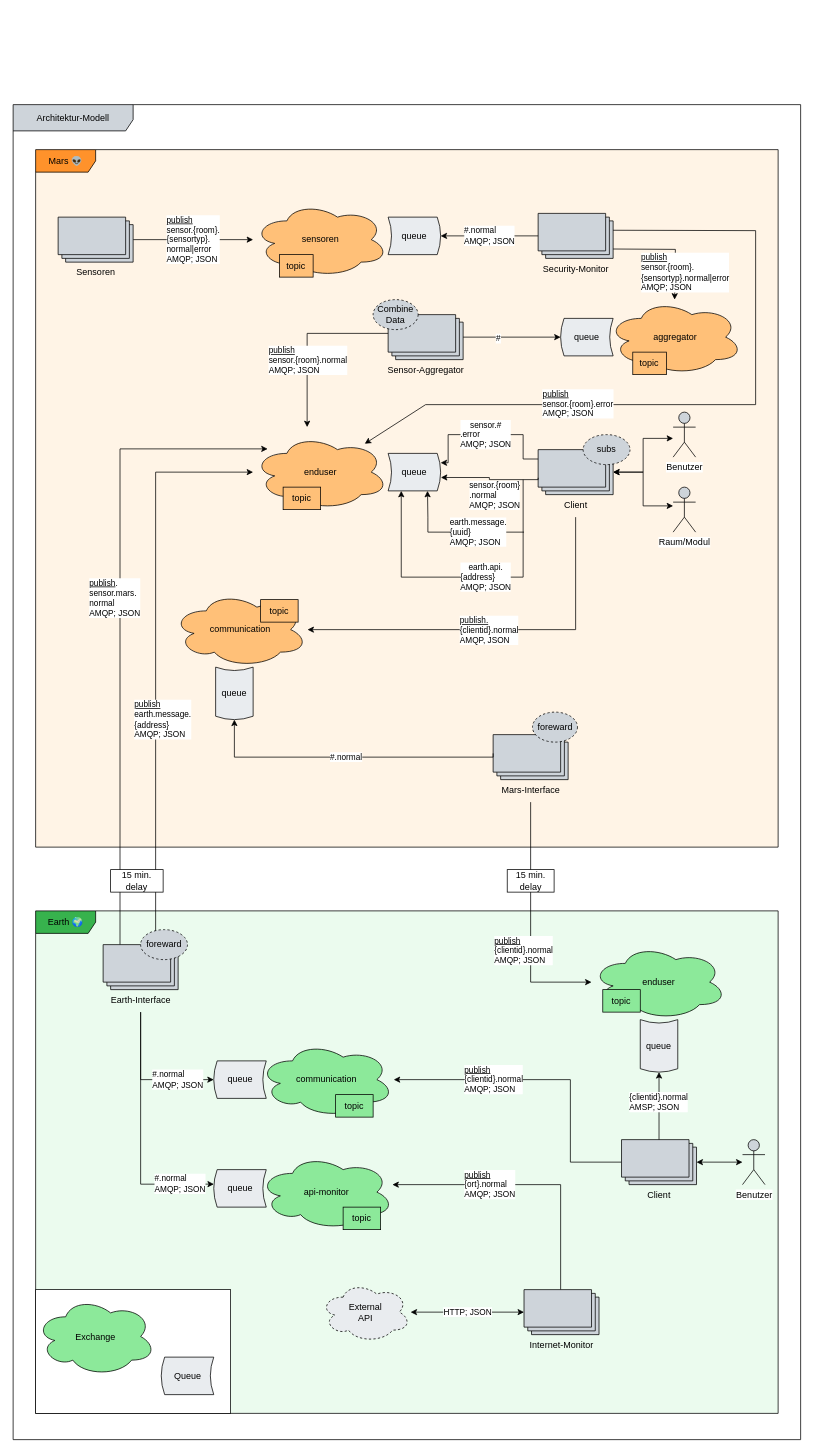
This is docs/Architektur-Modell.drawio from leo-3108/mi-fddw-mars-colonisation-gedrath-pelzer, a draw.io file, before an edit. Source tidied: cells renumbered, new cells numbered last; positions are measured from the earlier drawing's top-left corner, leaving out a move shared by most shapes. Both pictures are drawn from the tidied source at 75%, with x=0, y=0 at pixel (13, 104).
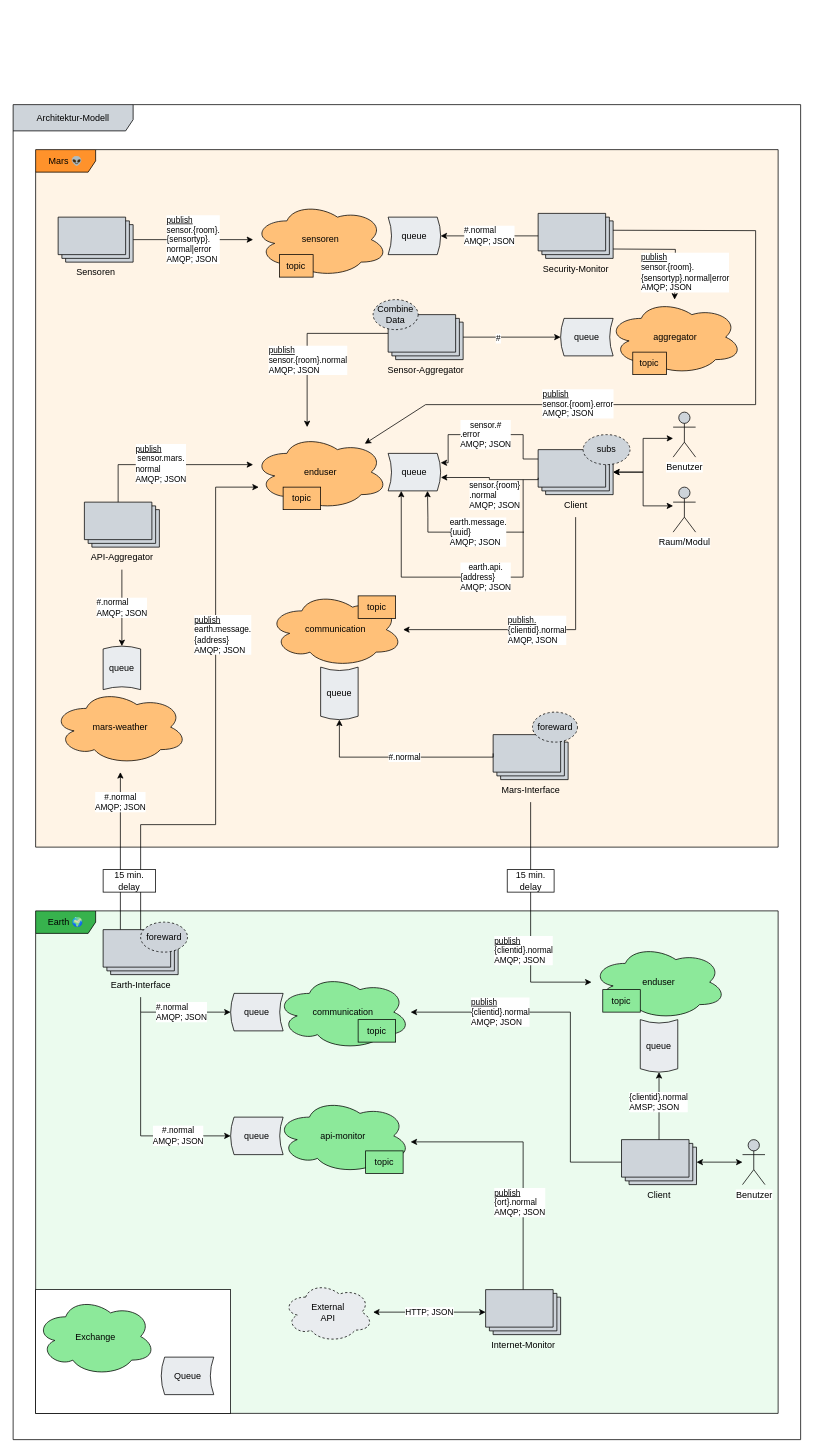
The same page after the edit.

The change refers to these unchanged cells:
```xml
<mxCell id="18" value="enduser" style="ellipse;shape=cloud;whiteSpace=wrap;html=1;fontFamily=IBM Plex Sans;FType=g;fillColor=#FFC078;" parent="1" vertex="1">
  <mxGeometry x="320" y="440" width="180" height="100" as="geometry" />
</mxCell>
<mxCell id="42" value="&lt;font face=&quot;IBM Plex Mono&quot;&gt;Mars-Interface&lt;br&gt;&lt;/font&gt;" style="verticalLabelPosition=bottom;verticalAlign=top;html=1;shape=mxgraph.basic.layered_rect;dx=10;outlineConnect=0;fillColor=#ced4da;" parent="1" vertex="1">
  <mxGeometry x="640" y="840" width="100" height="60" as="geometry" />
</mxCell>
<mxCell id="48" value="&lt;font face=&quot;IBM Plex Mono&quot;&gt;Client&lt;/font&gt;" style="verticalLabelPosition=bottom;verticalAlign=top;html=1;shape=mxgraph.basic.layered_rect;dx=10;outlineConnect=0;fillColor=#ced4da;" parent="1" vertex="1">
  <mxGeometry x="811.2" y="1380" width="100" height="60" as="geometry" />
</mxCell>
```

Change to the diagram source:
```diff
@@
     <mxCell id="29" value="&lt;u style=&quot;font-family: &amp;#34;ibm plex mono&amp;#34;&quot;&gt;publish&lt;/u&gt;&lt;br style=&quot;font-family: &amp;#34;ibm plex mono&amp;#34;&quot;&gt;&lt;span style=&quot;font-family: &amp;#34;ibm plex mono&amp;#34;&quot;&gt;earth.message.&lt;/span&gt;&lt;br style=&quot;font-family: &amp;#34;ibm plex mono&amp;#34;&quot;&gt;&lt;span style=&quot;font-family: &amp;#34;ibm plex mono&amp;#34;&quot;&gt;{address}&lt;br&gt;AMQP; JSON&lt;br&gt;&lt;/span&gt;" style="edgeStyle=orthogonalEdgeStyle;rounded=0;jettySize=auto;html=1;align=left;" parent="1" edge="1" source="32" target="18">
-      <mxGeometry x="-0.21" y="30" relative="1" as="geometry">
+      <mxGeometry x="0.32" y="30" relative="1" as="geometry">
         <Array as="points">
-          <mxPoint x="190" y="490" />
+          <mxPoint x="170" y="960" />
+          <mxPoint x="270" y="960" />
+          <mxPoint x="270" y="510" />
         </Array>
       </mxGeometry>
     </mxCell>
-    <mxCell id="30" style="edgeStyle=orthogonalEdgeStyle;rounded=0;jettySize=auto;html=1;exitX=0;exitY=0;exitDx=22.5;exitDy=0;exitPerimeter=0;" parent="1" edge="1" source="32" target="18">
-      <mxGeometry relative="1" as="geometry">
+    <mxCell id="30" value="&lt;span style=&quot;caret-color: rgb(0, 0, 0); color: rgb(0, 0, 0); font-size: 11px; font-style: normal; font-variant-caps: normal; font-weight: normal; letter-spacing: normal; text-indent: 0px; text-transform: none; word-spacing: 0px; -webkit-text-stroke-width: 0px; background-color: rgb(255, 255, 255); text-decoration: none; font-family: &amp;quot;ibm plex mono&amp;quot;; text-align: left; float: none; display: inline;&quot;&gt;#.normal&lt;/span&gt;&lt;br style=&quot;caret-color: rgb(0, 0, 0); color: rgb(0, 0, 0); font-size: 11px; font-style: normal; font-variant-caps: normal; font-weight: normal; letter-spacing: normal; text-indent: 0px; text-transform: none; word-spacing: 0px; -webkit-text-stroke-width: 0px; background-color: rgb(255, 255, 255); text-decoration: none; font-family: &amp;quot;ibm plex mono&amp;quot;; text-align: left;&quot;&gt;&lt;span style=&quot;caret-color: rgb(0, 0, 0); color: rgb(0, 0, 0); font-size: 11px; font-style: normal; font-variant-caps: normal; font-weight: normal; letter-spacing: normal; text-indent: 0px; text-transform: none; word-spacing: 0px; -webkit-text-stroke-width: 0px; background-color: rgb(255, 255, 255); text-decoration: none; font-family: &amp;quot;ibm plex mono&amp;quot;; text-align: left; float: none; display: inline;&quot;&gt;AMQP; JSON&lt;/span&gt;" style="edgeStyle=orthogonalEdgeStyle;rounded=0;jettySize=auto;html=1;exitX=0;exitY=0;exitDx=22.5;exitDy=0;exitPerimeter=0;" parent="1" edge="1" source="32">
+      <mxGeometry x="0.62" relative="1" as="geometry">
+        <mxPoint x="143" y="890" as="targetPoint" />
         <Array as="points">
-          <mxPoint x="143" y="459" />
+          <mxPoint x="143" y="890" />
+          <mxPoint x="143" y="890" />
         </Array>
       </mxGeometry>
     </mxCell>
-    <mxCell id="31" value="&lt;font face=&quot;IBM Plex Mono&quot;&gt;&lt;u&gt;publish&lt;/u&gt;.&lt;br&gt;sensor.mars.&lt;br&gt;normal&lt;br&gt;AMQP; JSON&lt;br&gt;&lt;/font&gt;" style="edgeLabel;html=1;align=left;verticalAlign=middle;" parent="30" vertex="1">
+    <mxCell id="31" value="&lt;font face=&quot;IBM Plex Mono&quot;&gt;&lt;br&gt;&lt;/font&gt;" style="edgeLabel;html=1;align=left;verticalAlign=middle;" parent="30" vertex="1">
       <mxGeometry x="0.08" y="1" relative="1" as="geometry">
-        <mxPoint x="-41.5" as="offset" />
+        <mxPoint x="-121.5" y="-556.7" as="offset" />
       </mxGeometry>
     </mxCell>
     <mxCell id="32" value="&lt;font face=&quot;IBM Plex Mono&quot;&gt;Earth-Interface&lt;br&gt;&lt;/font&gt;" style="verticalLabelPosition=bottom;verticalAlign=top;html=1;shape=mxgraph.basic.layered_rect;dx=10;outlineConnect=0;fillColor=#ced4da;" parent="1" vertex="1">
-      <mxGeometry x="120" y="1120" width="100" height="60" as="geometry" />
+      <mxGeometry x="120" y="1100" width="100" height="60" as="geometry" />
     </mxCell>
     <mxCell id="33" value="communication" style="ellipse;shape=cloud;whiteSpace=wrap;html=1;fontFamily=IBM Plex Sans;FType=g;fillColor=#8CE99A;" parent="1" vertex="1">
-      <mxGeometry x="327.5" y="1250" width="180" height="100" as="geometry" />
+      <mxGeometry x="350" y="1160" width="180" height="100" as="geometry" />
     </mxCell>
     <mxCell id="34" value="api-monitor" style="ellipse;shape=cloud;whiteSpace=wrap;html=1;fontFamily=IBM Plex Sans;FType=g;fillColor=#8ce99a;" parent="1" vertex="1">
-      <mxGeometry x="327.5" y="1400" width="180" height="100" as="geometry" />
+      <mxGeometry x="350" y="1325" width="180" height="100" as="geometry" />
     </mxCell>
     <mxCell id="35" value="#.normal&lt;br&gt;AMQP; JSON" style="edgeStyle=orthogonalEdgeStyle;rounded=0;jettySize=auto;html=1;align=left;fontFamily=IBM Plex Mono;entryX=0;entryY=0.5;entryDx=0;entryDy=0;" parent="1" edge="1" target="37">
-      <mxGeometry y="10" relative="1" as="geometry">
-        <mxPoint x="170" y="1210" as="sourcePoint" />
+      <mxGeometry x="-0.59" y="10" relative="1" as="geometry">
+        <mxPoint x="170" y="1190" as="sourcePoint" />
         <Array as="points">
-          <mxPoint x="170" y="1300" />
+          <mxPoint x="170" y="1210" />
         </Array>
         <mxPoint x="10" y="10" as="offset" />
       </mxGeometry>
     </mxCell>
-    <mxCell id="36" value="#.normal&lt;br&gt;AMQP; JSON" style="edgeStyle=orthogonalEdgeStyle;rounded=0;jettySize=auto;html=1;align=left;fontFamily=IBM Plex Mono;entryX=0.003;entryY=0.387;entryDx=0;entryDy=0;entryPerimeter=0;" parent="1" edge="1" target="75">
-      <mxGeometry x="0.44" y="10" relative="1" as="geometry">
-        <mxPoint x="170" y="1210" as="sourcePoint" />
-        <Array as="points">
-          <mxPoint x="170" y="1439" />
-        </Array>
-        <mxPoint x="10" y="10" as="offset" />
-      </mxGeometry>
-    </mxCell>
     <mxCell id="37" value="&lt;font face=&quot;IBM Plex Mono&quot;&gt;queue&lt;/font&gt;" style="shape=dataStorage;whiteSpace=wrap;html=1;fillColor=#E9ECEF;size=0.06470588235293984;direction=east;" parent="1" vertex="1">
-      <mxGeometry x="267.5" y="1275" width="70" height="50" as="geometry" />
+      <mxGeometry x="290" y="1185" width="70" height="50" as="geometry" />
     </mxCell>
     <mxCell id="38" value="&lt;span style=&quot;font-family: &amp;#34;ibm plex mono&amp;#34;&quot;&gt;topic&lt;/span&gt;" style="rounded=0;whiteSpace=wrap;html=1;fillColor=#8CE99A;align=center;" parent="1" vertex="1">
-      <mxGeometry x="430" y="1320" width="50" height="30" as="geometry" />
+      <mxGeometry x="460" y="1220" width="50" height="30" as="geometry" />
     </mxCell>
     <mxCell id="39" value="&lt;font face=&quot;IBM Plex Mono&quot;&gt;15 min. delay&lt;/font&gt;" style="rounded=0;whiteSpace=wrap;html=1;fillColor=#ffffff;" parent="1" vertex="1">
-      <mxGeometry x="130" y="1020" width="70" height="30" as="geometry" />
+      <mxGeometry x="120" y="1020" width="70" height="30" as="geometry" />
     </mxCell>
     <mxCell id="40" value="communication" style="ellipse;shape=cloud;whiteSpace=wrap;html=1;fontFamily=IBM Plex Sans;FType=g;fillColor=#FFC078;" parent="1" vertex="1">
-      <mxGeometry x="212.5" y="650" width="180" height="100" as="geometry" />
+      <mxGeometry x="340" y="650" width="180" height="100" as="geometry" />
     </mxCell>
@@
     <mxCell id="43" value="#.normal" style="edgeStyle=orthogonalEdgeStyle;rounded=0;jettySize=auto;html=1;fontFamily=IBM Plex Mono;align=left;exitX=0;exitY=0;exitDx=0;exitDy=25;exitPerimeter=0;entryX=0;entryY=0.5;entryDx=0;entryDy=0;" parent="1" edge="1" source="42" target="44">
       <mxGeometry x="0.12" relative="1" as="geometry">
         <Array as="points">
           <mxPoint x="640" y="870" />
-          <mxPoint x="295" y="870" />
+          <mxPoint x="435" y="870" />
         </Array>
       </mxGeometry>
     </mxCell>
     <mxCell id="44" value="&lt;font face=&quot;IBM Plex Mono&quot;&gt;queue&lt;/font&gt;" style="shape=dataStorage;whiteSpace=wrap;html=1;fillColor=#E9ECEF;size=0.06470588235293984;direction=north;" parent="1" vertex="1">
-      <mxGeometry x="270" y="750" width="50" height="70" as="geometry" />
+      <mxGeometry x="410" y="750" width="50" height="70" as="geometry" />
     </mxCell>
@@
     <mxCell id="47" value="&lt;u&gt;publish&lt;/u&gt;&lt;br&gt;{&lt;span style=&quot;text-align: center&quot;&gt;clientid&lt;/span&gt;}.normal&lt;br&gt;AMQP; JSON" style="edgeStyle=orthogonalEdgeStyle;rounded=0;jettySize=auto;html=1;startArrow=none;startFill=0;endArrow=classic;endFill=1;endSize=6;fontFamily=IBM Plex Mono;align=left;" parent="1" edge="1" source="48" target="33">
-      <mxGeometry x="0.55" relative="1" as="geometry">
+      <mxGeometry x="0.67" relative="1" as="geometry">
         <Array as="points">
           <mxPoint x="743" y="1410" />
-          <mxPoint x="743" y="1300" />
+          <mxPoint x="743" y="1210" />
         </Array>
       </mxGeometry>
     </mxCell>
@@
-    <mxCell id="52" value="&lt;u&gt;publish&lt;/u&gt;&lt;br&gt;{ort}.normal&lt;br&gt;AMQP; JSON" style="edgeStyle=orthogonalEdgeStyle;rounded=0;jettySize=auto;html=1;startArrow=none;startFill=0;endArrow=classic;endFill=1;endSize=6;fontFamily=IBM Plex Mono;align=left;" parent="1" edge="1" source="53" target="34">
-      <mxGeometry x="0.48" relative="1" as="geometry">
+    <mxCell id="52" value="&lt;u&gt;publish&lt;/u&gt;&lt;br&gt;{ort}.normal&lt;br&gt;AMQP; JSON" style="edgeStyle=orthogonalEdgeStyle;rounded=0;jettySize=auto;html=1;startArrow=none;startFill=0;endArrow=classic;endFill=1;endSize=6;fontFamily=IBM Plex Mono;align=left;" parent="1" edge="1" source="53">
+      <mxGeometry x="-0.33" y="40" relative="1" as="geometry">
+        <mxPoint x="530" y="1383" as="targetPoint" />
         <Array as="points">
-          <mxPoint x="730" y="1610" />
-          <mxPoint x="730" y="1440" />
+          <mxPoint x="680" y="1383" />
         </Array>
       </mxGeometry>
     </mxCell>
     <mxCell id="53" value="&lt;font face=&quot;IBM Plex Mono&quot;&gt;Internet-Monitor&lt;/font&gt;" style="verticalLabelPosition=bottom;verticalAlign=top;html=1;shape=mxgraph.basic.layered_rect;dx=10;outlineConnect=0;fillColor=#ced4da;" parent="1" vertex="1">
-      <mxGeometry x="681.2" y="1580" width="100" height="60" as="geometry" />
+      <mxGeometry x="630" y="1580" width="100" height="60" as="geometry" />
     </mxCell>
     <mxCell id="54" value="External&lt;br&gt;API" style="ellipse;shape=cloud;whiteSpace=wrap;html=1;fontFamily=IBM Plex Sans;FType=g;dashed=1;gradientColor=none;fillColor=#e9ecef;" parent="1" vertex="1">
-      <mxGeometry x="410" y="1570" width="120" height="80" as="geometry" />
+      <mxGeometry x="360" y="1570" width="120" height="80" as="geometry" />
     </mxCell>
@@
     <mxCell id="57" value="&lt;font face=&quot;IBM Plex Sans&quot;&gt;foreward&lt;/font&gt;" style="ellipse;whiteSpace=wrap;html=1;strokeWidth=1;fillColor=#CED4DA;dashed=1;" parent="1" vertex="1">
-      <mxGeometry x="170" y="1100" width="62.5" height="40" as="geometry" />
+      <mxGeometry x="170" y="1090" width="62.5" height="40" as="geometry" />
     </mxCell>
@@
     <mxCell id="70" value="&lt;font face=&quot;IBM Plex Mono&quot;&gt;topic&lt;/font&gt;" style="rounded=0;whiteSpace=wrap;html=1;fillColor=#FFC078;align=center;" parent="1" vertex="1">
-      <mxGeometry x="330" y="660" width="50" height="30" as="geometry" />
+      <mxGeometry x="460" y="655" width="50" height="30" as="geometry" />
     </mxCell>
     <mxCell id="71" value="&lt;span style=&quot;font-family: &amp;#34;ibm plex mono&amp;#34;&quot;&gt;topic&lt;/span&gt;" style="rounded=0;whiteSpace=wrap;html=1;fillColor=#8CE99A;align=center;" parent="1" vertex="1">
-      <mxGeometry x="440" y="1470" width="50" height="30" as="geometry" />
+      <mxGeometry x="470" y="1395" width="50" height="30" as="geometry" />
     </mxCell>
@@
     <mxCell id="75" value="&lt;font face=&quot;IBM Plex Mono&quot;&gt;queue&lt;/font&gt;" style="shape=dataStorage;whiteSpace=wrap;html=1;fillColor=#E9ECEF;size=0.06470588235293984;direction=east;" parent="1" vertex="1">
-      <mxGeometry x="267.5" y="1420" width="70" height="50" as="geometry" />
+      <mxGeometry x="290" y="1350" width="70" height="50" as="geometry" />
     </mxCell>
@@
+    <mxCell id="79" value="&lt;span style=&quot;caret-color: rgb(0, 0, 0); color: rgb(0, 0, 0); font-family: &amp;quot;IBM Plex Mono&amp;quot;; font-size: 11px; font-style: normal; font-variant-caps: normal; font-weight: normal; letter-spacing: normal; text-align: left; text-indent: 0px; text-transform: none; word-spacing: 0px; -webkit-text-stroke-width: 0px; background-color: rgb(255, 255, 255); text-decoration: none; float: none; display: inline !important;&quot;&gt;#.normal&lt;/span&gt;&lt;br style=&quot;caret-color: rgb(0, 0, 0); color: rgb(0, 0, 0); font-family: &amp;quot;IBM Plex Mono&amp;quot;; font-size: 11px; font-style: normal; font-variant-caps: normal; font-weight: normal; letter-spacing: normal; text-align: left; text-indent: 0px; text-transform: none; word-spacing: 0px; -webkit-text-stroke-width: 0px; background-color: rgb(255, 255, 255); text-decoration: none;&quot;&gt;&lt;span style=&quot;caret-color: rgb(0, 0, 0); color: rgb(0, 0, 0); font-family: &amp;quot;IBM Plex Mono&amp;quot;; font-size: 11px; font-style: normal; font-variant-caps: normal; font-weight: normal; letter-spacing: normal; text-align: left; text-indent: 0px; text-transform: none; word-spacing: 0px; -webkit-text-stroke-width: 0px; background-color: rgb(255, 255, 255); text-decoration: none; float: none; display: inline !important;&quot;&gt;AMQP; JSON&lt;/span&gt;" style="endArrow=classic;html=1;entryX=0;entryY=0.5;entryDx=0;entryDy=0;rounded=0;" parent="1" edge="1" target="75">
+      <mxGeometry x="0.16" y="50" relative="1" as="geometry">
+        <mxPoint x="170" y="1210" as="sourcePoint" />
+        <Array as="points">
+          <mxPoint x="170" y="1375" />
+        </Array>
+        <mxPoint x="50" y="50" as="offset" />
+      </mxGeometry>
+    </mxCell>
+    <mxCell id="80" value="&lt;font face=&quot;IBM Plex Mono&quot;&gt;API-Aggregator&lt;/font&gt;" style="verticalLabelPosition=bottom;verticalAlign=top;html=1;shape=mxgraph.basic.layered_rect;dx=10;outlineConnect=0;fillColor=#ced4da;" parent="1" vertex="1">
+      <mxGeometry x="95" y="530" width="100" height="60" as="geometry" />
+    </mxCell>
+    <mxCell id="81" value="mars-weather" style="ellipse;shape=cloud;whiteSpace=wrap;html=1;fontFamily=IBM Plex Sans;FType=g;fillColor=#FFC078;strokeColor=#000000;" parent="1" vertex="1">
+      <mxGeometry x="52.5" y="780" width="180" height="100" as="geometry" />
+    </mxCell>
+    <mxCell id="82" value="&lt;font face=&quot;IBM Plex Mono&quot;&gt;queue&lt;/font&gt;" style="shape=dataStorage;whiteSpace=wrap;html=1;fillColor=#E9ECEF;size=0.06470588235293984;direction=south;" parent="1" vertex="1">
+      <mxGeometry x="120" y="722" width="50" height="58" as="geometry" />
+    </mxCell>
+    <mxCell id="83" value="&lt;div style=&quot;text-align: left&quot;&gt;&lt;/div&gt;&lt;span style=&quot;color: rgb(0 , 0 , 0) ; font-family: &amp;#34;ibm plex mono&amp;#34; ; font-size: 11px ; font-style: normal ; font-weight: normal ; letter-spacing: normal ; text-indent: 0px ; text-transform: none ; word-spacing: 0px ; background-color: rgb(255 , 255 , 255) ; text-decoration: none ; float: none ; display: inline&quot;&gt;&lt;div style=&quot;text-align: left&quot;&gt;#.normal&lt;/div&gt;&lt;/span&gt;&lt;span style=&quot;color: rgb(0 , 0 , 0) ; font-family: &amp;#34;ibm plex mono&amp;#34; ; font-size: 11px ; font-style: normal ; font-weight: normal ; letter-spacing: normal ; text-align: left ; text-indent: 0px ; text-transform: none ; word-spacing: 0px ; background-color: rgb(255 , 255 , 255) ; text-decoration: none ; float: none ; display: inline&quot;&gt;AMQP; JSON&lt;/span&gt;" style="endArrow=classic;html=1;entryX=0;entryY=0.5;entryDx=0;entryDy=0;" parent="1" edge="1" target="82">
+      <mxGeometry relative="1" as="geometry">
+        <mxPoint x="145" y="620" as="sourcePoint" />
+      </mxGeometry>
+    </mxCell>
+    <mxCell id="84" style="endArrow=classic;html=1;exitX=0;exitY=0;exitDx=45;exitDy=0;exitPerimeter=0;rounded=0;" parent="1" edge="1" source="80">
+      <mxGeometry relative="1" as="geometry">
+        <mxPoint x="320" y="480" as="targetPoint" />
+        <Array as="points">
+          <mxPoint x="140" y="480" />
+        </Array>
+      </mxGeometry>
+    </mxCell>
+    <mxCell id="85" value="&lt;div style=&quot;text-align: left&quot;&gt;&lt;u style=&quot;font-family: &amp;#34;ibm plex mono&amp;#34;&quot;&gt;publish&lt;/u&gt;&lt;/div&gt;&lt;span style=&quot;font-family: &amp;#34;ibm plex mono&amp;#34; ; text-align: left&quot;&gt;sensor.mars.&lt;/span&gt;&lt;br style=&quot;font-family: &amp;#34;ibm plex mono&amp;#34; ; text-align: left&quot;&gt;&lt;div style=&quot;text-align: left&quot;&gt;&lt;span style=&quot;font-family: &amp;#34;ibm plex mono&amp;#34;&quot;&gt;normal&lt;/span&gt;&lt;/div&gt;&lt;div style=&quot;text-align: left&quot;&gt;&lt;span style=&quot;font-family: &amp;#34;ibm plex mono&amp;#34;&quot;&gt;AMQP; JSON&lt;/span&gt;&lt;/div&gt;" style="edgeLabel;html=1;align=center;verticalAlign=middle;" parent="84" vertex="1">
+      <mxGeometry x="-0.08" y="2" relative="1" as="geometry" />
+    </mxCell>
+    <mxCell id="86" value="&lt;font face=&quot;IBM Plex Mono&quot;&gt;&lt;br&gt;&lt;/font&gt;" style="edgeLabel;html=1;align=left;verticalAlign=middle;" parent="1" vertex="1">
+      <mxGeometry x="150" y="440" as="geometry">
+        <mxPoint x="-1.5" y="-556.7" as="offset" />
+      </mxGeometry>
+    </mxCell>
```
